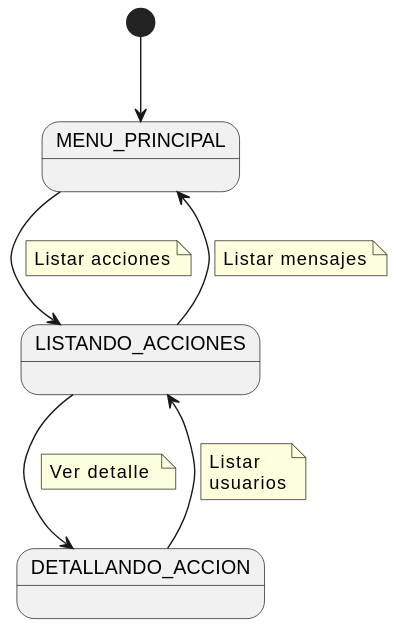
This is docs/casosDeUso/diagramaDeContexto/DiagramadeContextoManejoAcciones/diagramaContextoManejoAcciones.svg from mmasias/24-25-IdSw1-SDR, a PlantUML export, as it was before one commit. The source it was exported from:
```plantuml
@startuml
state "MENU_PRINCIPAL" as MenuPrincipal
state "LISTANDO_ACCIONES" as Acciones
state "DETALLANDO_ACCION" as AccionDetallada

[*] --> MenuPrincipal

MenuPrincipal --> Acciones
    note on link
        Listar acciones
    end note

Acciones --> AccionDetallada
    note on link
        Ver detalle
    end note

AccionDetallada --> Acciones
    note on link
        Listar
        usuarios
    end note

Acciones --> MenuPrincipal
    note on link
        Listar mensajes
    end note
@enduml
```
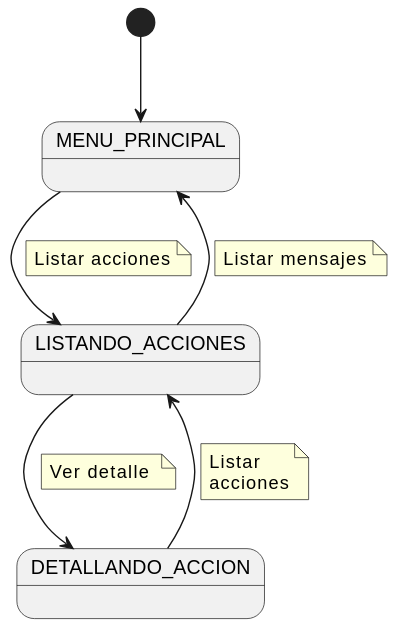
After the change.

Commit message:
Fix diagrama de contexto manejo de acciones

What changed in the source:
```diff
@@ -18,7 +18,7 @@
 AccionDetallada --> Acciones
     note on link
         Listar
-        usuarios
+        acciones
     end note
 
 Acciones --> MenuPrincipal
```
